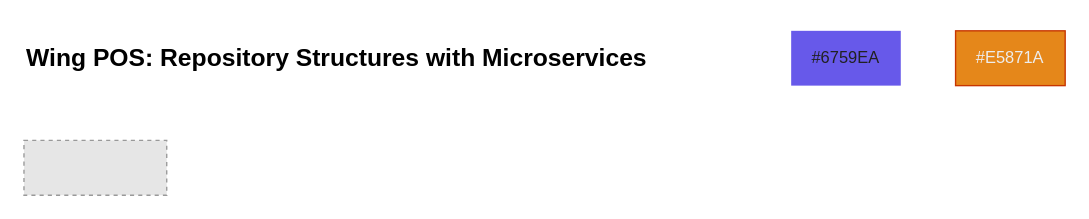
rotanaphai/diagram keeps this draw.io diagram as diagrams/POS Diagram.drawio. Above is the earlier version. Source tidied: cells renumbered, new cells numbered last; positions are measured from the earlier drawing's top-left corner, leaving out a move shared by most shapes. Both pictures are drawn from the tidied source at 137%, with x=0, y=0 at pixel (23, 30). Pictures stored in the file or linked from it are replaced by grey dashed boxes.
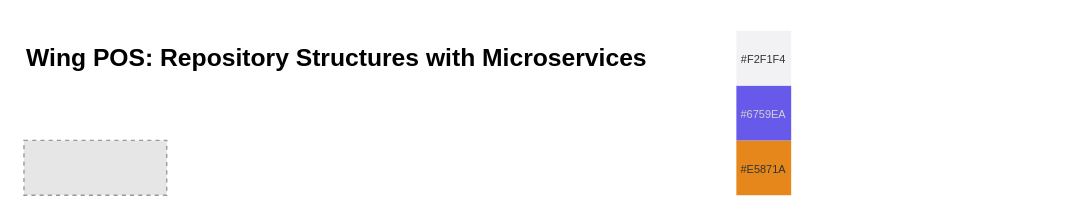
The same page after the edit.

What changed in the source:
```diff
@@
 <mxGraphModel>
   <root>
     <mxCell id="0" />
     <mxCell id="1" parent="0" />
     <mxCell id="2" style="fillColor=#E6E6E6;strokeColor=#999999;dashed=1;verticalLabelPosition=bottom;labelBackgroundColor=default;verticalAlign=top;" parent="1" vertex="1">
       <mxGeometry y="80" width="104.2" height="40" as="geometry" />
     </mxCell>
     <mxCell id="3" value="&lt;h2&gt;Wing POS: Repository Structures with Microservices&lt;/h2&gt;" style="text;html=1;align=left;verticalAlign=middle;whiteSpace=wrap;rounded=0;" parent="1" vertex="1">
       <mxGeometry width="480" height="40" as="geometry" />
     </mxCell>
+    <mxCell id="5" value="&lt;span style=&quot;font-size: 8px;&quot;&gt;#E5871A&lt;/span&gt;" style="whiteSpace=wrap;html=1;fillColor=#E5871A;fontColor=#333333;strokeColor=none;" parent="1" vertex="1">
+      <mxGeometry x="520" y="80" width="40" height="40" as="geometry" />
+    </mxCell>
-    <mxCell id="4" value="&lt;font color=&quot;#212121&quot;&gt;#6759EA&lt;/font&gt;" style="rounded=1;whiteSpace=wrap;html=1;strokeColor=none;fillColor=light-dark(#6759EA, #6759EA);arcSize=0;gradientColor=none;fillStyle=solid;" parent="1" vertex="1">
-      <mxGeometry x="560" width="80" height="40" as="geometry" />
+    <mxCell id="4" value="&lt;span&gt;&lt;font style=&quot;font-size: 8px; color: light-dark(rgb(209, 209, 209), rgb(255, 255, 255));&quot;&gt;#6759EA&lt;/font&gt;&lt;/span&gt;" style="whiteSpace=wrap;html=1;fillColor=#6759EA;fontColor=#333333;strokeColor=none;" parent="1" vertex="1">
+      <mxGeometry x="520" y="40" width="40" height="40" as="geometry" />
     </mxCell>
-    <mxCell id="5" value="&lt;span&gt;&lt;font style=&quot;color: light-dark(rgb(237, 237, 237), rgb(255, 255, 255));&quot;&gt;#E5871A&lt;/font&gt;&lt;/span&gt;" style="rounded=1;whiteSpace=wrap;html=1;strokeColor=#C73500;fillColor=light-dark(#E5871A, #E5871A);arcSize=0;fontColor=#000000;" parent="1" vertex="1">
-      <mxGeometry x="680" width="80" height="40" as="geometry" />
-    </mxCell>
+    <mxCell id="6" value="&lt;span style=&quot;font-size: 8px;&quot;&gt;#F2F1F4&lt;/span&gt;" style="whiteSpace=wrap;html=1;fillColor=light-dark(#F2F1F4, #F2F1F4);fontColor=#333333;strokeColor=none;" parent="1" vertex="1">
+      <mxGeometry x="520" width="40" height="40" as="geometry" />
+    </mxCell>
   </root>
 </mxGraphModel>
```
